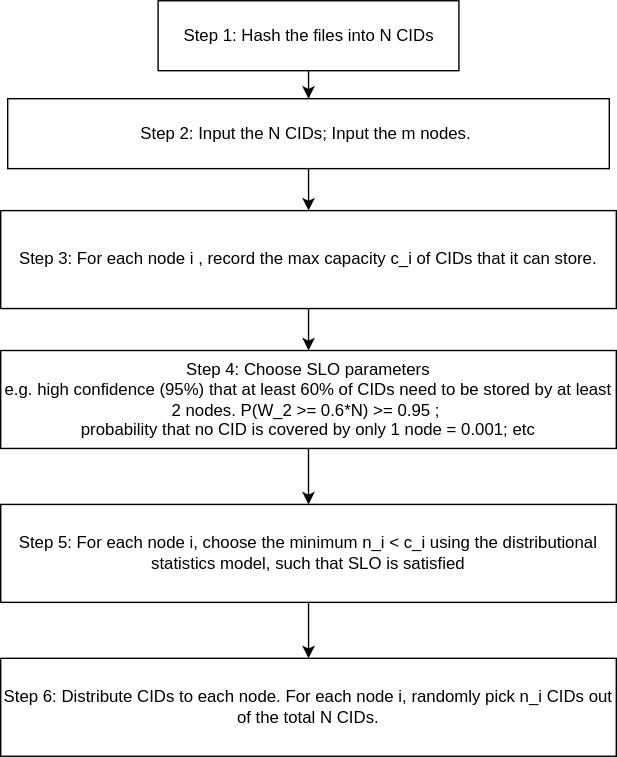
Earlier version of the draw.io export assets/flow_chart.drawio.svg (zcahkwn/occ). Source tidied: cells renumbered, new cells last; positions are measured from the earlier drawing's top-left corner, leaving out a move shared by most shapes.
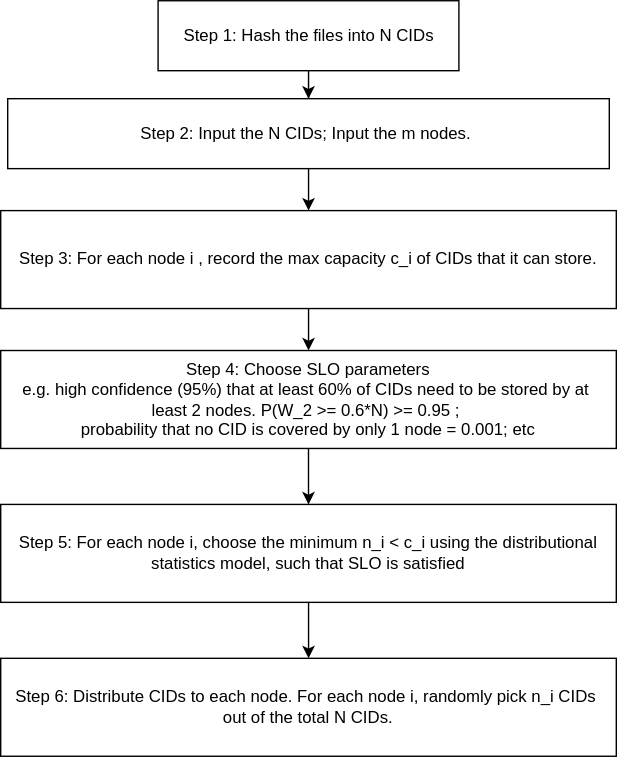
Later version of the same file.

The edit, as a diff of the source:
```diff
@@ -7,7 +7,7 @@
         <mxPoint x="220" y="360" as="targetPoint" />
       </mxGeometry>
     </mxCell>
-    <mxCell id="3" value="Step 4: Choose SLO parameters&lt;div&gt;e.g.&lt;span style=&quot;background-color: transparent; color: light-dark(rgb(0, 0, 0), rgb(255, 255, 255));&quot;&gt;&amp;nbsp;high confidence (95%) that at least 60% of CIDs need to be stored by at least 2 nodes.&amp;nbsp;&lt;/span&gt;&lt;span style=&quot;background-color: transparent; color: light-dark(rgb(0, 0, 0), rgb(255, 255, 255));&quot;&gt;P(W_2 &amp;gt;= 0.6*N) &amp;gt;= 0.95&amp;nbsp;&lt;/span&gt;;&amp;nbsp;&lt;/div&gt;&lt;div&gt;probability that no CID is covered by only 1 node = 0.001; etc&lt;/div&gt;" style="rounded=0;whiteSpace=wrap;html=1;" parent="1" vertex="1">
+    <mxCell id="3" value="Step 4: Choose SLO parameters&lt;div&gt;e.g.&lt;span style=&quot;background-color: transparent; color: light-dark(rgb(0, 0, 0), rgb(255, 255, 255));&quot;&gt;&amp;nbsp;high confidence (95%) that at least 60% of CIDs need to be stored by at&amp;nbsp;&lt;/span&gt;&lt;/div&gt;&lt;div&gt;&lt;span style=&quot;background-color: transparent; color: light-dark(rgb(0, 0, 0), rgb(255, 255, 255));&quot;&gt;least 2 nodes.&amp;nbsp;&lt;/span&gt;&lt;span style=&quot;background-color: transparent; color: light-dark(rgb(0, 0, 0), rgb(255, 255, 255));&quot;&gt;P(W_2 &amp;gt;= 0.6*N) &amp;gt;= 0.95&amp;nbsp;&lt;/span&gt;;&amp;nbsp;&lt;/div&gt;&lt;div&gt;probability that no CID is covered by only 1 node = 0.001; etc&lt;/div&gt;" style="rounded=0;whiteSpace=wrap;html=1;" parent="1" vertex="1">
       <mxGeometry y="250" width="440" height="70" as="geometry" />
     </mxCell>
     <mxCell id="4" style="edgeStyle=orthogonalEdgeStyle;rounded=0;jettySize=auto;html=1;" parent="1" edge="1" source="5" target="7">
@@ -33,7 +33,7 @@
     <mxCell id="9" value="Step 5: For each node i, choose the minimum n_i &amp;lt; c_i using the distributional statistics model, such that SLO is satisfied" style="rounded=0;whiteSpace=wrap;html=1;" parent="1" vertex="1">
       <mxGeometry y="360" width="440" height="70" as="geometry" />
     </mxCell>
-    <mxCell id="10" value="Step 6: Distribute CIDs to each node. For each node i, randomly pick n_i CIDs out of the total N CIDs." style="rounded=0;whiteSpace=wrap;html=1;" parent="1" vertex="1">
+    <mxCell id="10" value="Step 6: Distribute CIDs to each node. For each node i, randomly pick n_i CIDs&amp;nbsp;&lt;div&gt;out of the total N CIDs.&lt;/div&gt;" style="rounded=0;whiteSpace=wrap;html=1;" parent="1" vertex="1">
       <mxGeometry y="470" width="440" height="70" as="geometry" />
     </mxCell>
     <mxCell id="11" style="edgeStyle=orthogonalEdgeStyle;rounded=0;jettySize=auto;html=1;entryX=0.5;entryY=0;entryDx=0;entryDy=0;" parent="1" edge="1" source="12" target="5">
```
